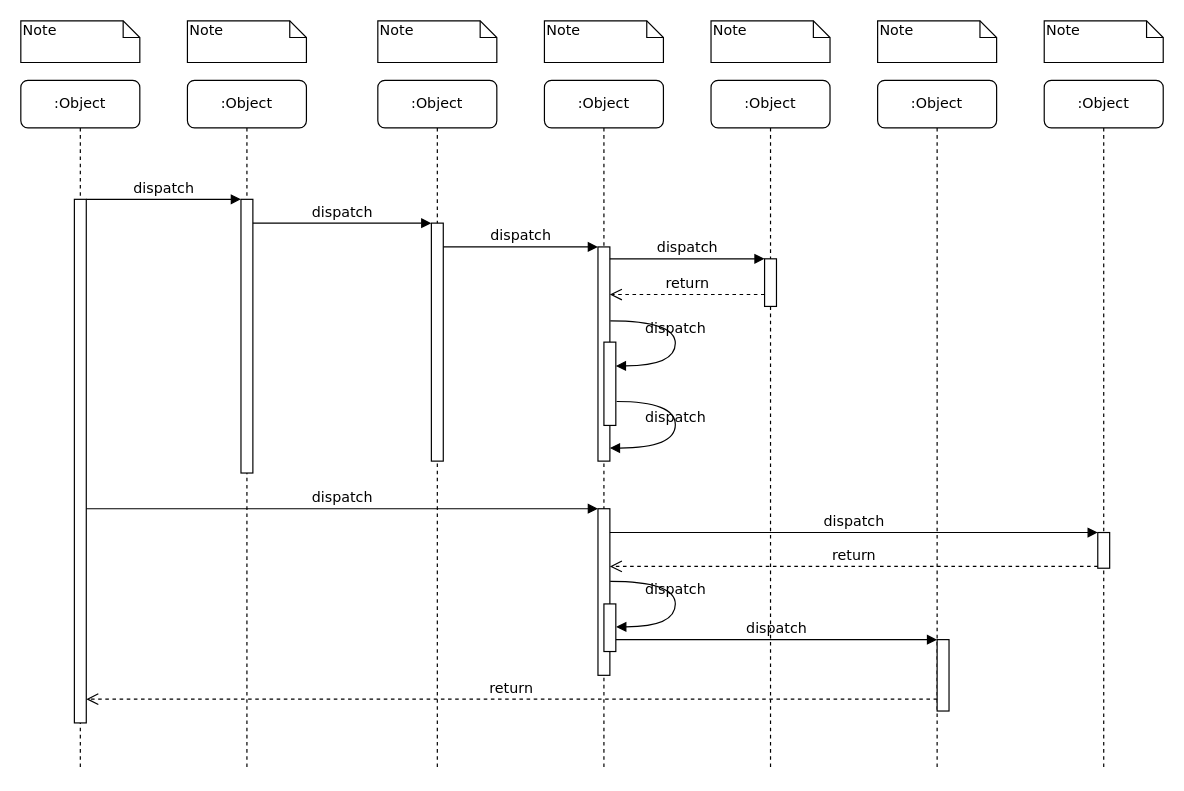
The draw.io diagram Untitled Diagram.drawio in linzlx/java, before the edit. Source tidied: cells renumbered, new cells numbered last; positions are measured from the earlier drawing's top-left corner, leaving out a move shared by most shapes. Both pictures are drawn from the tidied source at 119%, with x=0, y=0 at pixel (20, 20).
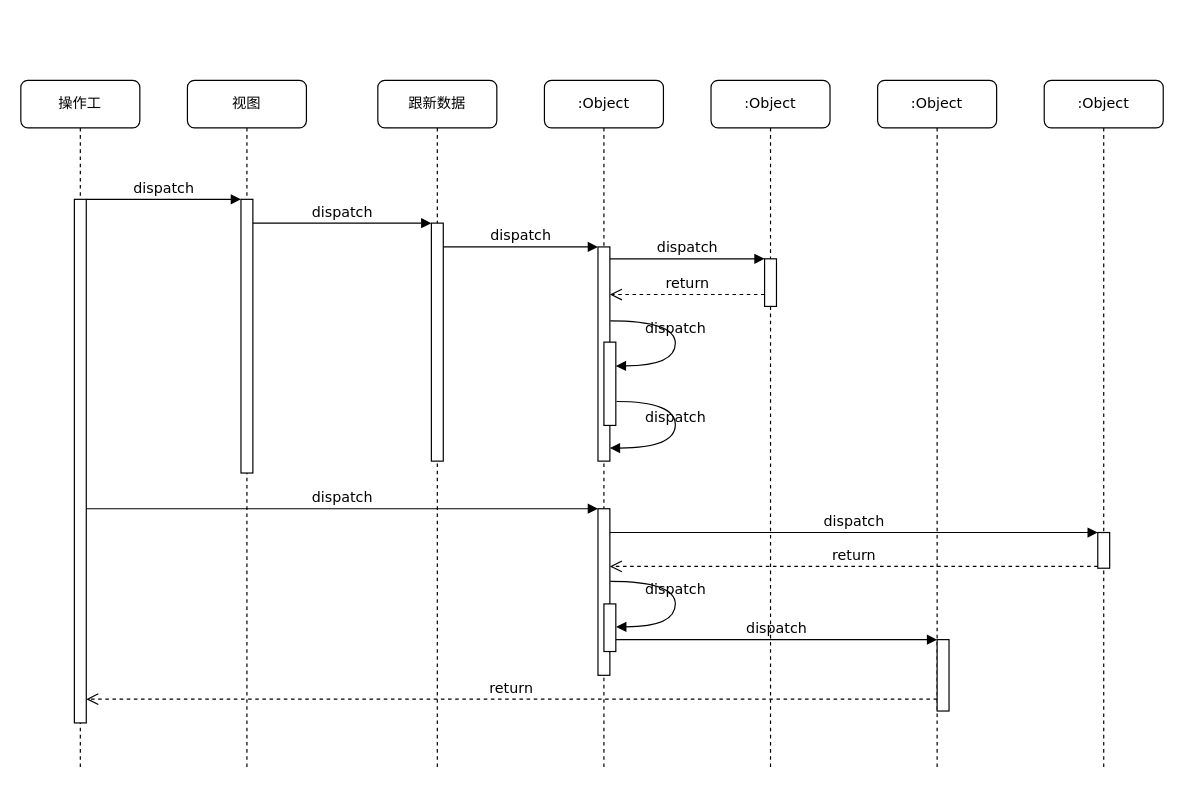
After the change.

Commit message:
uml for backfix

Change to the diagram source:
```diff
@@
-    <mxCell id="2" value=":Object" style="shape=umlLifeline;perimeter=lifelinePerimeter;whiteSpace=wrap;html=1;rounded=1;shadow=0;comic=0;labelBackgroundColor=none;strokeWidth=1;fontFamily=Verdana;fontSize=12;align=center;" parent="1" vertex="1">
+    <mxCell id="2" value="视图&lt;font class=&quot;cyxy-trs-target&quot; style=&quot;display: none&quot;&gt; View&lt;/font&gt;" style="shape=umlLifeline;perimeter=lifelinePerimeter;whiteSpace=wrap;html=1;rounded=1;shadow=0;comic=0;labelBackgroundColor=none;strokeWidth=1;fontFamily=Verdana;fontSize=12;align=center;" parent="1" vertex="1">
       <mxGeometry x="140" y="50" width="100" height="580" as="geometry" />
     </mxCell>
@@
-    <mxCell id="4" value=":Object" style="shape=umlLifeline;perimeter=lifelinePerimeter;whiteSpace=wrap;html=1;rounded=1;shadow=0;comic=0;labelBackgroundColor=none;strokeWidth=1;fontFamily=Verdana;fontSize=12;align=center;" parent="1" vertex="1">
+    <mxCell id="4" value="跟新数据&lt;font class=&quot;cyxy-trs-target&quot; style=&quot;display: none&quot;&gt; : Object&lt;/font&gt;&lt;font class=&quot;cyxy-trs-target&quot; style=&quot;display: none&quot;&gt; : Object&lt;/font&gt;" style="shape=umlLifeline;perimeter=lifelinePerimeter;whiteSpace=wrap;html=1;rounded=1;shadow=0;comic=0;labelBackgroundColor=none;strokeWidth=1;fontFamily=Verdana;fontSize=12;align=center;" parent="1" vertex="1">
       <mxGeometry x="300" y="50" width="100" height="580" as="geometry" />
     </mxCell>
@@
-    <mxCell id="10" value=":Object" style="shape=umlLifeline;perimeter=lifelinePerimeter;whiteSpace=wrap;html=1;rounded=1;shadow=0;comic=0;labelBackgroundColor=none;strokeWidth=1;fontFamily=Verdana;fontSize=12;align=center;" parent="1" vertex="1">
+    <mxCell id="10" value="操作工&lt;font class=&quot;cyxy-trs-target&quot; style=&quot;display: none&quot;&gt; : Object&lt;/font&gt;" style="shape=umlLifeline;perimeter=lifelinePerimeter;whiteSpace=wrap;html=1;rounded=1;shadow=0;comic=0;labelBackgroundColor=none;strokeWidth=1;fontFamily=Verdana;fontSize=12;align=center;" parent="1" vertex="1">
       <mxGeometry y="50" width="100" height="580" as="geometry" />
     </mxCell>
@@
-    <mxCell id="32" value="Note" style="shape=note;whiteSpace=wrap;html=1;size=14;verticalAlign=top;align=left;spacingTop=-6;rounded=0;shadow=0;comic=0;labelBackgroundColor=none;strokeWidth=1;fontFamily=Verdana;fontSize=12;" parent="1" vertex="1">
-      <mxGeometry width="100" height="35" as="geometry" />
-    </mxCell>
-    <mxCell id="33" value="Note" style="shape=note;whiteSpace=wrap;html=1;size=14;verticalAlign=top;align=left;spacingTop=-6;rounded=0;shadow=0;comic=0;labelBackgroundColor=none;strokeWidth=1;fontFamily=Verdana;fontSize=12;" parent="1" vertex="1">
-      <mxGeometry x="140" width="100" height="35" as="geometry" />
-    </mxCell>
-    <mxCell id="34" value="Note" style="shape=note;whiteSpace=wrap;html=1;size=14;verticalAlign=top;align=left;spacingTop=-6;rounded=0;shadow=0;comic=0;labelBackgroundColor=none;strokeWidth=1;fontFamily=Verdana;fontSize=12;" parent="1" vertex="1">
-      <mxGeometry x="300" width="100" height="35" as="geometry" />
-    </mxCell>
-    <mxCell id="35" value="Note" style="shape=note;whiteSpace=wrap;html=1;size=14;verticalAlign=top;align=left;spacingTop=-6;rounded=0;shadow=0;comic=0;labelBackgroundColor=none;strokeWidth=1;fontFamily=Verdana;fontSize=12;" parent="1" vertex="1">
-      <mxGeometry x="440" width="100" height="35" as="geometry" />
-    </mxCell>
-    <mxCell id="36" value="Note" style="shape=note;whiteSpace=wrap;html=1;size=14;verticalAlign=top;align=left;spacingTop=-6;rounded=0;shadow=0;comic=0;labelBackgroundColor=none;strokeWidth=1;fontFamily=Verdana;fontSize=12;" parent="1" vertex="1">
-      <mxGeometry x="580" width="100" height="35" as="geometry" />
-    </mxCell>
-    <mxCell id="37" value="Note" style="shape=note;whiteSpace=wrap;html=1;size=14;verticalAlign=top;align=left;spacingTop=-6;rounded=0;shadow=0;comic=0;labelBackgroundColor=none;strokeWidth=1;fontFamily=Verdana;fontSize=12;" parent="1" vertex="1">
-      <mxGeometry x="720" width="100" height="35" as="geometry" />
-    </mxCell>
-    <mxCell id="38" value="Note" style="shape=note;whiteSpace=wrap;html=1;size=14;verticalAlign=top;align=left;spacingTop=-6;rounded=0;shadow=0;comic=0;labelBackgroundColor=none;strokeWidth=1;fontFamily=Verdana;fontSize=12;" parent="1" vertex="1">
-      <mxGeometry x="860" width="100" height="35" as="geometry" />
-    </mxCell>
```
